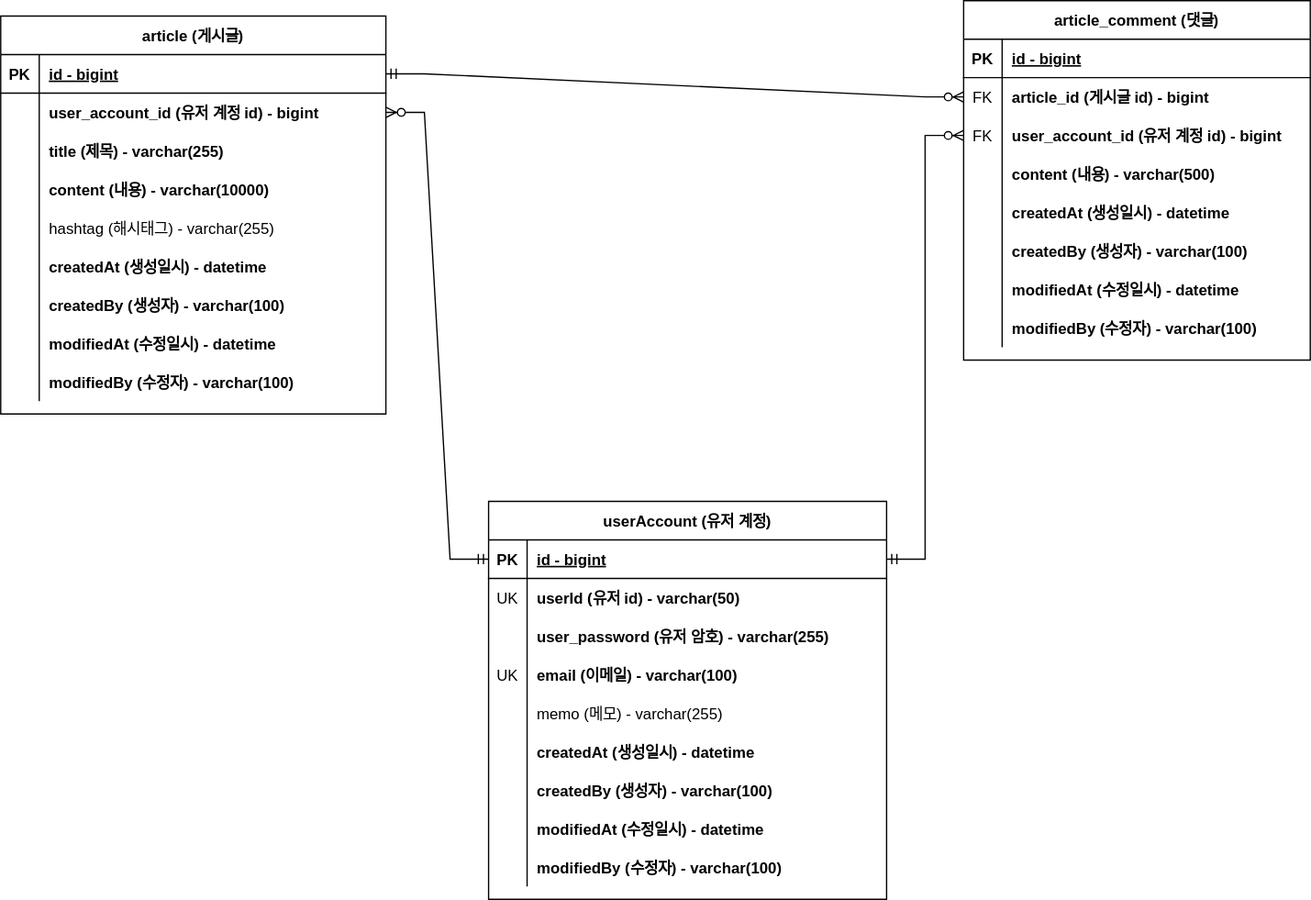
Above: document/project-board-erd.svg in 23Yong/Board (draw.io), before the change. Source tidied: cells renumbered, new cells last; positions are measured from the earlier drawing's top-left corner, leaving out a move shared by most shapes.
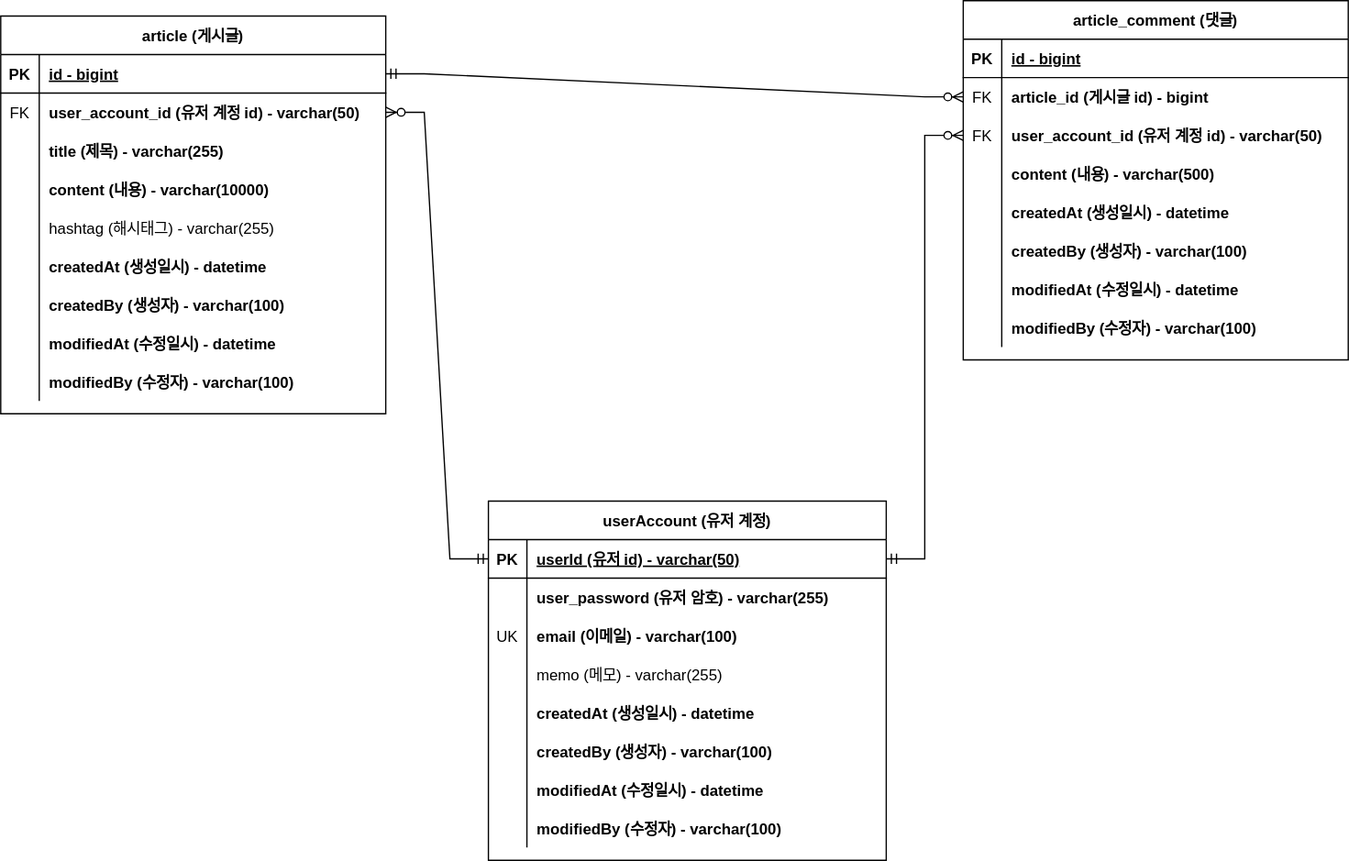
Above is the later version.

Commit message:
ERD 문서 수정: 회원 계정의 userId를 PK로 변경: project-board-erd.svg

Diff of the diagram source:
```diff
@@ -17,10 +17,10 @@
     <mxCell id="6" style="shape=tableRow;horizontal=0;startSize=0;swimlaneHead=0;swimlaneBody=0;fillColor=none;points=[[0,0.5],[1,0.5]];portConstraint=eastwest;top=0;left=0;right=0;bottom=0;" parent="2" vertex="1">
       <mxGeometry y="60" width="300" height="30" as="geometry" />
     </mxCell>
-    <mxCell id="7" style="shape=partialRectangle;fillColor=none;top=0;left=0;bottom=0;right=0;overflow=hidden;" parent="6" vertex="1">
+    <mxCell id="7" value="FK" style="shape=partialRectangle;fillColor=none;top=0;left=0;bottom=0;right=0;overflow=hidden;" parent="6" vertex="1">
       <mxGeometry width="30" height="30" as="geometry" />
     </mxCell>
-    <mxCell id="8" value="user_account_id (유저 계정 id) - bigint" style="shape=partialRectangle;fillColor=none;top=0;left=0;bottom=0;right=0;align=left;spacingLeft=6;overflow=hidden;fontStyle=1;" parent="6" vertex="1">
+    <mxCell id="8" value="user_account_id (유저 계정 id) - varchar(50)" style="shape=partialRectangle;fillColor=none;top=0;left=0;bottom=0;right=0;align=left;spacingLeft=6;overflow=hidden;fontStyle=1;" parent="6" vertex="1">
       <mxGeometry x="30" width="270" height="30" as="geometry" />
     </mxCell>
     <mxCell id="9" style="shape=tableRow;horizontal=0;startSize=0;swimlaneHead=0;swimlaneBody=0;fillColor=none;top=0;left=0;right=0;bottom=0;" parent="2" vertex="1">
@@ -87,85 +87,85 @@
       <mxGeometry x="30" width="270" height="30" as="geometry" />
     </mxCell>
     <mxCell id="30" value="article_comment (댓글)" style="shape=table;startSize=30;rowLines=0;fontStyle=1;align=center;" parent="1" vertex="1">
-      <mxGeometry x="750" width="270" height="280" as="geometry" />
+      <mxGeometry x="750" width="300" height="280" as="geometry" />
     </mxCell>
     <mxCell id="31" style="shape=tableRow;horizontal=0;startSize=0;swimlaneHead=0;swimlaneBody=0;fillColor=none;top=0;left=0;right=0;bottom=1;" parent="30" vertex="1">
-      <mxGeometry y="30" width="270" height="30" as="geometry" />
+      <mxGeometry y="30" width="300" height="30" as="geometry" />
     </mxCell>
     <mxCell id="32" value="PK" style="shape=partialRectangle;fillColor=none;top=0;left=0;bottom=0;right=0;fontStyle=1;overflow=hidden;" parent="31" vertex="1">
       <mxGeometry width="30" height="30" as="geometry" />
     </mxCell>
     <mxCell id="33" value="id - bigint" style="shape=partialRectangle;fillColor=none;top=0;left=0;bottom=0;right=0;align=left;spacingLeft=6;fontStyle=5;overflow=hidden;" parent="31" vertex="1">
-      <mxGeometry x="30" width="240" height="30" as="geometry" />
+      <mxGeometry x="30" width="270" height="30" as="geometry" />
     </mxCell>
     <mxCell id="34" style="shape=tableRow;horizontal=0;startSize=0;swimlaneHead=0;swimlaneBody=0;fillColor=none;points=[[0,0.5],[1,0.5]];portConstraint=eastwest;top=0;left=0;right=0;bottom=0;" parent="30" vertex="1">
-      <mxGeometry y="60" width="270" height="30" as="geometry" />
+      <mxGeometry y="60" width="300" height="30" as="geometry" />
     </mxCell>
     <mxCell id="35" value="FK" style="shape=partialRectangle;fillColor=none;top=0;left=0;bottom=0;right=0;overflow=hidden;" parent="34" vertex="1">
       <mxGeometry width="30" height="30" as="geometry" />
     </mxCell>
     <mxCell id="36" value="article_id (게시글 id) - bigint" style="shape=partialRectangle;fillColor=none;top=0;left=0;bottom=0;right=0;align=left;spacingLeft=6;overflow=hidden;fontStyle=1;" parent="34" vertex="1">
-      <mxGeometry x="30" width="240" height="30" as="geometry" />
+      <mxGeometry x="30" width="270" height="30" as="geometry" />
     </mxCell>
     <mxCell id="37" style="shape=tableRow;horizontal=0;startSize=0;swimlaneHead=0;swimlaneBody=0;fillColor=none;points=[[0,0.5],[1,0.5]];portConstraint=eastwest;top=0;left=0;right=0;bottom=0;" parent="30" vertex="1">
-      <mxGeometry y="90" width="270" height="30" as="geometry" />
+      <mxGeometry y="90" width="300" height="30" as="geometry" />
     </mxCell>
     <mxCell id="38" value="FK" style="shape=partialRectangle;fillColor=none;top=0;left=0;bottom=0;right=0;overflow=hidden;" parent="37" vertex="1">
       <mxGeometry width="30" height="30" as="geometry" />
     </mxCell>
-    <mxCell id="39" value="user_account_id (유저 계정 id) - bigint" style="shape=partialRectangle;fillColor=none;top=0;left=0;bottom=0;right=0;align=left;spacingLeft=6;overflow=hidden;fontStyle=1;" parent="37" vertex="1">
-      <mxGeometry x="30" width="240" height="30" as="geometry" />
+    <mxCell id="39" value="user_account_id (유저 계정 id) - varchar(50)" style="shape=partialRectangle;fillColor=none;top=0;left=0;bottom=0;right=0;align=left;spacingLeft=6;overflow=hidden;fontStyle=1;" parent="37" vertex="1">
+      <mxGeometry x="30" width="270" height="30" as="geometry" />
     </mxCell>
     <mxCell id="40" style="shape=tableRow;horizontal=0;startSize=0;swimlaneHead=0;swimlaneBody=0;fillColor=none;top=0;left=0;right=0;bottom=0;" parent="30" vertex="1">
-      <mxGeometry y="120" width="270" height="30" as="geometry" />
+      <mxGeometry y="120" width="300" height="30" as="geometry" />
     </mxCell>
     <mxCell id="41" style="shape=partialRectangle;fillColor=none;top=0;left=0;bottom=0;right=0;overflow=hidden;" parent="40" vertex="1">
       <mxGeometry width="30" height="30" as="geometry" />
     </mxCell>
     <mxCell id="42" value="content (내용) - varchar(500)" style="shape=partialRectangle;fillColor=none;top=0;left=0;bottom=0;right=0;align=left;spacingLeft=6;overflow=hidden;fontStyle=1;" parent="40" vertex="1">
-      <mxGeometry x="30" width="240" height="30" as="geometry" />
+      <mxGeometry x="30" width="270" height="30" as="geometry" />
     </mxCell>
     <mxCell id="43" style="shape=tableRow;horizontal=0;startSize=0;swimlaneHead=0;swimlaneBody=0;fillColor=none;top=0;left=0;right=0;bottom=0;" parent="30" vertex="1">
-      <mxGeometry y="150" width="270" height="30" as="geometry" />
+      <mxGeometry y="150" width="300" height="30" as="geometry" />
     </mxCell>
     <mxCell id="44" style="shape=partialRectangle;fillColor=none;top=0;left=0;bottom=0;right=0;overflow=hidden;" parent="43" vertex="1">
       <mxGeometry width="30" height="30" as="geometry" />
     </mxCell>
     <mxCell id="45" value="createdAt (생성일시) - datetime" style="shape=partialRectangle;fillColor=none;top=0;left=0;bottom=0;right=0;align=left;spacingLeft=6;overflow=hidden;fontStyle=1;" parent="43" vertex="1">
-      <mxGeometry x="30" width="240" height="30" as="geometry" />
+      <mxGeometry x="30" width="270" height="30" as="geometry" />
     </mxCell>
     <mxCell id="46" style="shape=tableRow;horizontal=0;startSize=0;swimlaneHead=0;swimlaneBody=0;fillColor=none;top=0;left=0;right=0;bottom=0;" parent="30" vertex="1">
-      <mxGeometry y="180" width="270" height="30" as="geometry" />
+      <mxGeometry y="180" width="300" height="30" as="geometry" />
     </mxCell>
     <mxCell id="47" style="shape=partialRectangle;fillColor=none;top=0;left=0;bottom=0;right=0;overflow=hidden;" parent="46" vertex="1">
       <mxGeometry width="30" height="30" as="geometry" />
     </mxCell>
     <mxCell id="48" value="createdBy (생성자) - varchar(100)" style="shape=partialRectangle;fillColor=none;top=0;left=0;bottom=0;right=0;align=left;spacingLeft=6;overflow=hidden;fontStyle=1;" parent="46" vertex="1">
-      <mxGeometry x="30" width="240" height="30" as="geometry" />
+      <mxGeometry x="30" width="270" height="30" as="geometry" />
     </mxCell>
     <mxCell id="49" style="shape=tableRow;horizontal=0;startSize=0;swimlaneHead=0;swimlaneBody=0;fillColor=none;top=0;left=0;right=0;bottom=0;" parent="30" vertex="1">
-      <mxGeometry y="210" width="270" height="30" as="geometry" />
+      <mxGeometry y="210" width="300" height="30" as="geometry" />
     </mxCell>
     <mxCell id="50" style="shape=partialRectangle;fillColor=none;top=0;left=0;bottom=0;right=0;overflow=hidden;" parent="49" vertex="1">
       <mxGeometry width="30" height="30" as="geometry" />
     </mxCell>
     <mxCell id="51" value="modifiedAt (수정일시) - datetime" style="shape=partialRectangle;fillColor=none;top=0;left=0;bottom=0;right=0;align=left;spacingLeft=6;overflow=hidden;fontStyle=1;" parent="49" vertex="1">
-      <mxGeometry x="30" width="240" height="30" as="geometry" />
+      <mxGeometry x="30" width="270" height="30" as="geometry" />
     </mxCell>
     <mxCell id="52" style="shape=tableRow;horizontal=0;startSize=0;swimlaneHead=0;swimlaneBody=0;fillColor=none;top=0;left=0;right=0;bottom=0;" parent="30" vertex="1">
-      <mxGeometry y="240" width="270" height="30" as="geometry" />
+      <mxGeometry y="240" width="300" height="30" as="geometry" />
     </mxCell>
     <mxCell id="53" style="shape=partialRectangle;fillColor=none;top=0;left=0;bottom=0;right=0;overflow=hidden;" parent="52" vertex="1">
       <mxGeometry width="30" height="30" as="geometry" />
     </mxCell>
     <mxCell id="54" value="modifiedBy (수정자) - varchar(100)" style="shape=partialRectangle;fillColor=none;top=0;left=0;bottom=0;right=0;align=left;spacingLeft=6;overflow=hidden;fontStyle=1;" parent="52" vertex="1">
-      <mxGeometry x="30" width="240" height="30" as="geometry" />
+      <mxGeometry x="30" width="270" height="30" as="geometry" />
     </mxCell>
     <mxCell id="55" style="edgeStyle=entityRelationEdgeStyle;fontSize=12;html=1;endArrow=ERzeroToMany;startArrow=ERmandOne;rounded=0;exitX=1;exitY=0.5;exitDx=0;exitDy=0;entryX=0;entryY=0.5;entryDx=0;entryDy=0;" parent="1" edge="1" source="3" target="34">
       <mxGeometry relative="1" as="geometry" />
     </mxCell>
     <mxCell id="56" value="userAccount (유저 계정)" style="shape=table;startSize=30;rowLines=0;fontStyle=1;align=center;" parent="1" vertex="1">
-      <mxGeometry x="380" y="390" width="310" height="310" as="geometry" />
+      <mxGeometry x="380" y="390" width="310" height="280" as="geometry" />
     </mxCell>
     <mxCell id="57" style="shape=tableRow;horizontal=0;startSize=0;swimlaneHead=0;swimlaneBody=0;fillColor=none;points=[[0,0.5],[1,0.5]];portConstraint=eastwest;top=0;left=0;right=0;bottom=1;" parent="56" vertex="1">
       <mxGeometry y="30" width="310" height="30" as="geometry" />
@@ -173,20 +173,11 @@
     <mxCell id="58" value="PK" style="shape=partialRectangle;fillColor=none;top=0;left=0;bottom=0;right=0;fontStyle=1;overflow=hidden;" parent="57" vertex="1">
       <mxGeometry width="30" height="30" as="geometry" />
     </mxCell>
-    <mxCell id="59" value="id - bigint" style="shape=partialRectangle;fillColor=none;top=0;left=0;bottom=0;right=0;align=left;spacingLeft=6;fontStyle=5;overflow=hidden;" parent="57" vertex="1">
+    <mxCell id="59" value="userId (유저 id) - varchar(50)" style="shape=partialRectangle;fillColor=none;top=0;left=0;bottom=0;right=0;align=left;spacingLeft=6;fontStyle=5;overflow=hidden;" parent="57" vertex="1">
       <mxGeometry x="30" width="280" height="30" as="geometry" />
     </mxCell>
-    <mxCell id="60" style="shape=tableRow;horizontal=0;startSize=0;swimlaneHead=0;swimlaneBody=0;fillColor=none;top=0;left=0;right=0;bottom=0;" parent="56" vertex="1">
-      <mxGeometry y="60" width="310" height="30" as="geometry" />
-    </mxCell>
-    <mxCell id="61" value="UK" style="shape=partialRectangle;fillColor=none;top=0;left=0;bottom=0;right=0;overflow=hidden;" parent="60" vertex="1">
-      <mxGeometry width="30" height="30" as="geometry" />
-    </mxCell>
-    <mxCell id="62" value="userId (유저 id) - varchar(50)" style="shape=partialRectangle;fillColor=none;top=0;left=0;bottom=0;right=0;align=left;spacingLeft=6;overflow=hidden;fontStyle=1;" parent="60" vertex="1">
-      <mxGeometry x="30" width="280" height="30" as="geometry" />
-    </mxCell>
     <mxCell id="63" style="shape=tableRow;horizontal=0;startSize=0;swimlaneHead=0;swimlaneBody=0;fillColor=none;top=0;left=0;right=0;bottom=0;" parent="56" vertex="1">
-      <mxGeometry y="90" width="310" height="30" as="geometry" />
+      <mxGeometry y="60" width="310" height="30" as="geometry" />
     </mxCell>
     <mxCell id="64" style="shape=partialRectangle;fillColor=none;top=0;left=0;bottom=0;right=0;overflow=hidden;" parent="63" vertex="1">
       <mxGeometry width="30" height="30" as="geometry" />
@@ -195,7 +186,7 @@
       <mxGeometry x="30" width="280" height="30" as="geometry" />
     </mxCell>
     <mxCell id="66" style="shape=tableRow;horizontal=0;startSize=0;swimlaneHead=0;swimlaneBody=0;fillColor=none;top=0;left=0;right=0;bottom=0;" parent="56" vertex="1">
-      <mxGeometry y="120" width="310" height="30" as="geometry" />
+      <mxGeometry y="90" width="310" height="30" as="geometry" />
     </mxCell>
     <mxCell id="67" value="UK" style="shape=partialRectangle;fillColor=none;top=0;left=0;bottom=0;right=0;overflow=hidden;" parent="66" vertex="1">
       <mxGeometry width="30" height="30" as="geometry" />
@@ -204,7 +195,7 @@
       <mxGeometry x="30" width="280" height="30" as="geometry" />
     </mxCell>
     <mxCell id="69" style="shape=tableRow;horizontal=0;startSize=0;swimlaneHead=0;swimlaneBody=0;fillColor=none;top=0;left=0;right=0;bottom=0;" parent="56" vertex="1">
-      <mxGeometry y="150" width="310" height="30" as="geometry" />
+      <mxGeometry y="120" width="310" height="30" as="geometry" />
     </mxCell>
     <mxCell id="70" style="shape=partialRectangle;fillColor=none;top=0;left=0;bottom=0;right=0;overflow=hidden;" parent="69" vertex="1">
       <mxGeometry width="30" height="30" as="geometry" />
@@ -213,7 +204,7 @@
       <mxGeometry x="30" width="280" height="30" as="geometry" />
     </mxCell>
     <mxCell id="72" style="shape=tableRow;horizontal=0;startSize=0;swimlaneHead=0;swimlaneBody=0;fillColor=none;top=0;left=0;right=0;bottom=0;" parent="56" vertex="1">
-      <mxGeometry y="180" width="310" height="30" as="geometry" />
+      <mxGeometry y="150" width="310" height="30" as="geometry" />
     </mxCell>
     <mxCell id="73" style="shape=partialRectangle;fillColor=none;top=0;left=0;bottom=0;right=0;overflow=hidden;" parent="72" vertex="1">
       <mxGeometry width="30" height="30" as="geometry" />
@@ -222,7 +213,7 @@
       <mxGeometry x="30" width="280" height="30" as="geometry" />
     </mxCell>
     <mxCell id="75" style="shape=tableRow;horizontal=0;startSize=0;swimlaneHead=0;swimlaneBody=0;fillColor=none;top=0;left=0;right=0;bottom=0;" parent="56" vertex="1">
-      <mxGeometry y="210" width="310" height="30" as="geometry" />
+      <mxGeometry y="180" width="310" height="30" as="geometry" />
     </mxCell>
     <mxCell id="76" style="shape=partialRectangle;fillColor=none;top=0;left=0;bottom=0;right=0;overflow=hidden;" parent="75" vertex="1">
       <mxGeometry width="30" height="30" as="geometry" />
@@ -231,7 +222,7 @@
       <mxGeometry x="30" width="280" height="30" as="geometry" />
     </mxCell>
     <mxCell id="78" style="shape=tableRow;horizontal=0;startSize=0;swimlaneHead=0;swimlaneBody=0;fillColor=none;top=0;left=0;right=0;bottom=0;" parent="56" vertex="1">
-      <mxGeometry y="240" width="310" height="30" as="geometry" />
+      <mxGeometry y="210" width="310" height="30" as="geometry" />
     </mxCell>
     <mxCell id="79" style="shape=partialRectangle;fillColor=none;top=0;left=0;bottom=0;right=0;overflow=hidden;" parent="78" vertex="1">
       <mxGeometry width="30" height="30" as="geometry" />
@@ -240,7 +231,7 @@
       <mxGeometry x="30" width="280" height="30" as="geometry" />
     </mxCell>
     <mxCell id="81" style="shape=tableRow;horizontal=0;startSize=0;swimlaneHead=0;swimlaneBody=0;fillColor=none;top=0;left=0;right=0;bottom=0;" parent="56" vertex="1">
-      <mxGeometry y="270" width="310" height="30" as="geometry" />
+      <mxGeometry y="240" width="310" height="30" as="geometry" />
     </mxCell>
     <mxCell id="82" style="shape=partialRectangle;fillColor=none;top=0;left=0;bottom=0;right=0;overflow=hidden;" parent="81" vertex="1">
       <mxGeometry width="30" height="30" as="geometry" />
```
